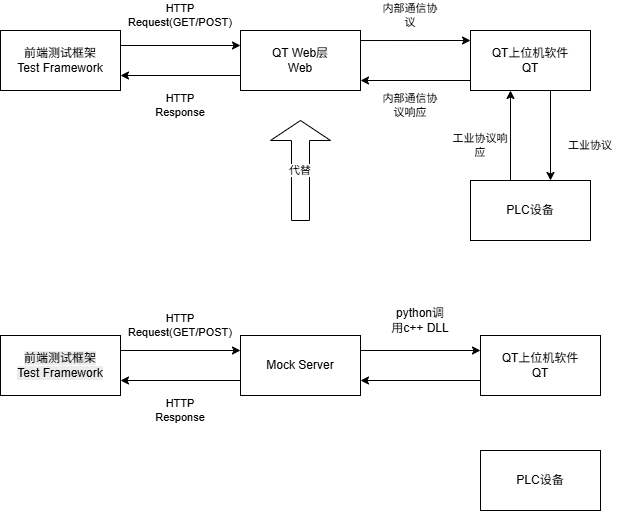
This is 前后端流程.drawio.png from Taylor-Hu/python_code, a draw.io export, as it was before one commit. Source tidied: cells renumbered, new cells last; positions are measured from the earlier drawing's top-left corner, leaving out a move shared by most shapes.
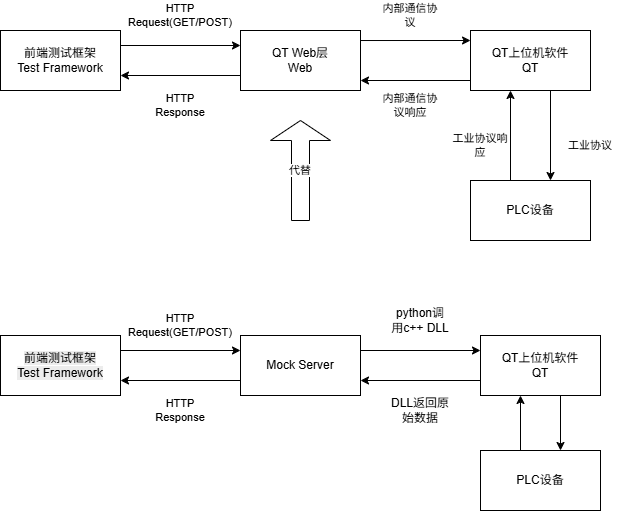
Above is the later version.

Commit message:
更新前后端流程.drawio.png

The edit, as a diff of the source:
```diff
@@ -103,5 +103,20 @@
         <mxPoint x="360" y="380" as="targetPoint" />
       </mxGeometry>
     </mxCell>
+    <mxCell id="30" value="DLL返回原始数据" style="text;html=1;whiteSpace=wrap;strokeColor=none;fillColor=none;align=center;verticalAlign=middle;rounded=0;" parent="1" vertex="1">
+      <mxGeometry x="390" y="395" width="60" height="30" as="geometry" />
+    </mxCell>
+    <mxCell id="31" style="endArrow=classic;html=1;rounded=0;strokeColor=default;align=center;verticalAlign=middle;fontFamily=Helvetica;fontSize=11;fontColor=default;labelBackgroundColor=default;" parent="1" edge="1">
+      <mxGeometry relative="1" as="geometry">
+        <mxPoint x="520" y="450" as="sourcePoint" />
+        <mxPoint x="520" y="395" as="targetPoint" />
+      </mxGeometry>
+    </mxCell>
+    <mxCell id="32" style="edgeStyle=none;shape=connector;rounded=0;orthogonalLoop=1;jettySize=auto;html=1;exitX=0.5;exitY=1;exitDx=0;exitDy=0;strokeColor=default;align=center;verticalAlign=middle;fontFamily=Helvetica;fontSize=11;fontColor=default;labelBackgroundColor=default;endArrow=classic;" parent="1" edge="1">
+      <mxGeometry relative="1" as="geometry">
+        <mxPoint x="560" y="395" as="sourcePoint" />
+        <mxPoint x="560" y="450" as="targetPoint" />
+      </mxGeometry>
+    </mxCell>
   </root>
 </mxGraphModel>
```
